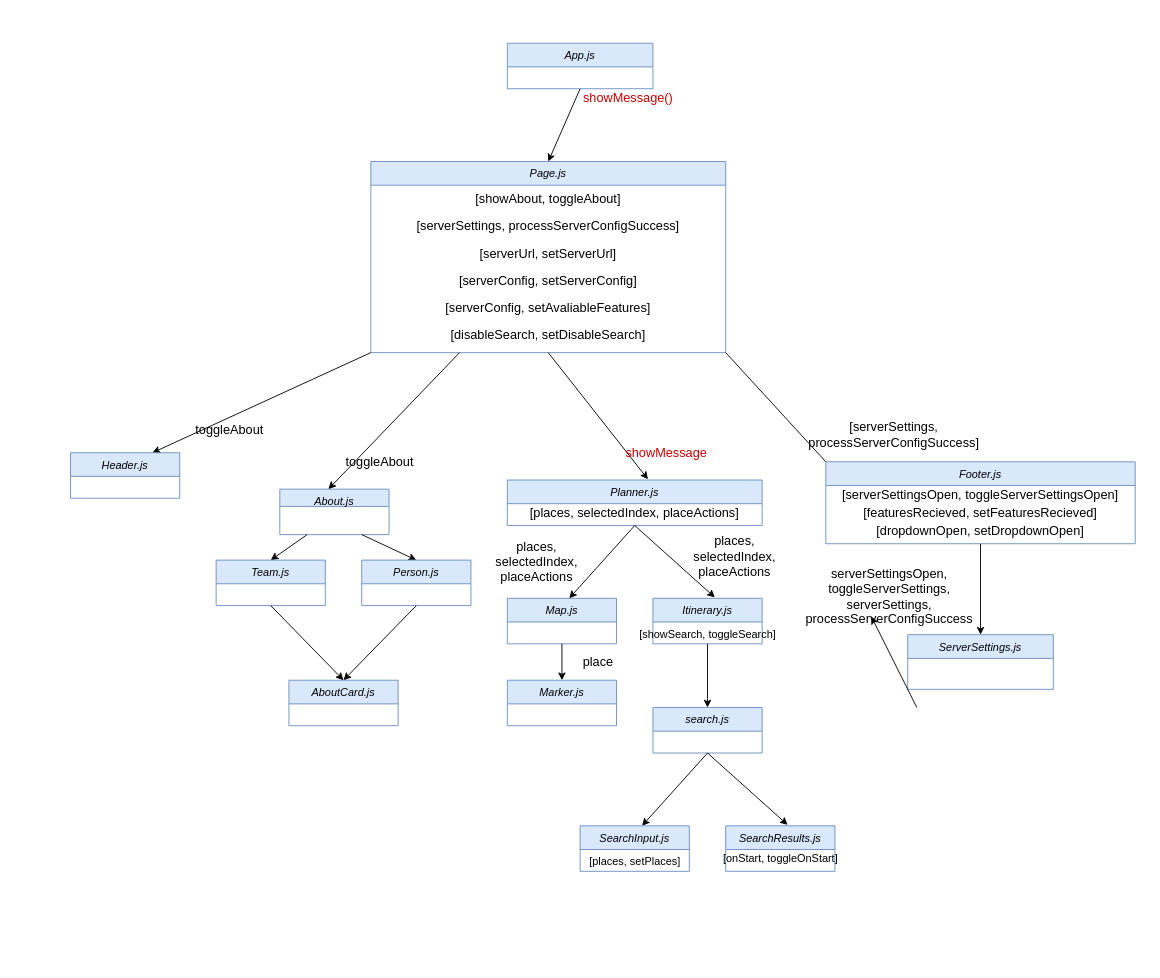
This is reports/images/Component Diagram.drawio from tmanbarton/cs314Project, a draw.io file, before an edit. Source tidied: cells renumbered, new cells numbered last; positions are measured from the earlier drawing's top-left corner, leaving out a move shared by most shapes. Both pictures are drawn from the tidied source at 91%, with x=0, y=0 at pixel (70, 43).
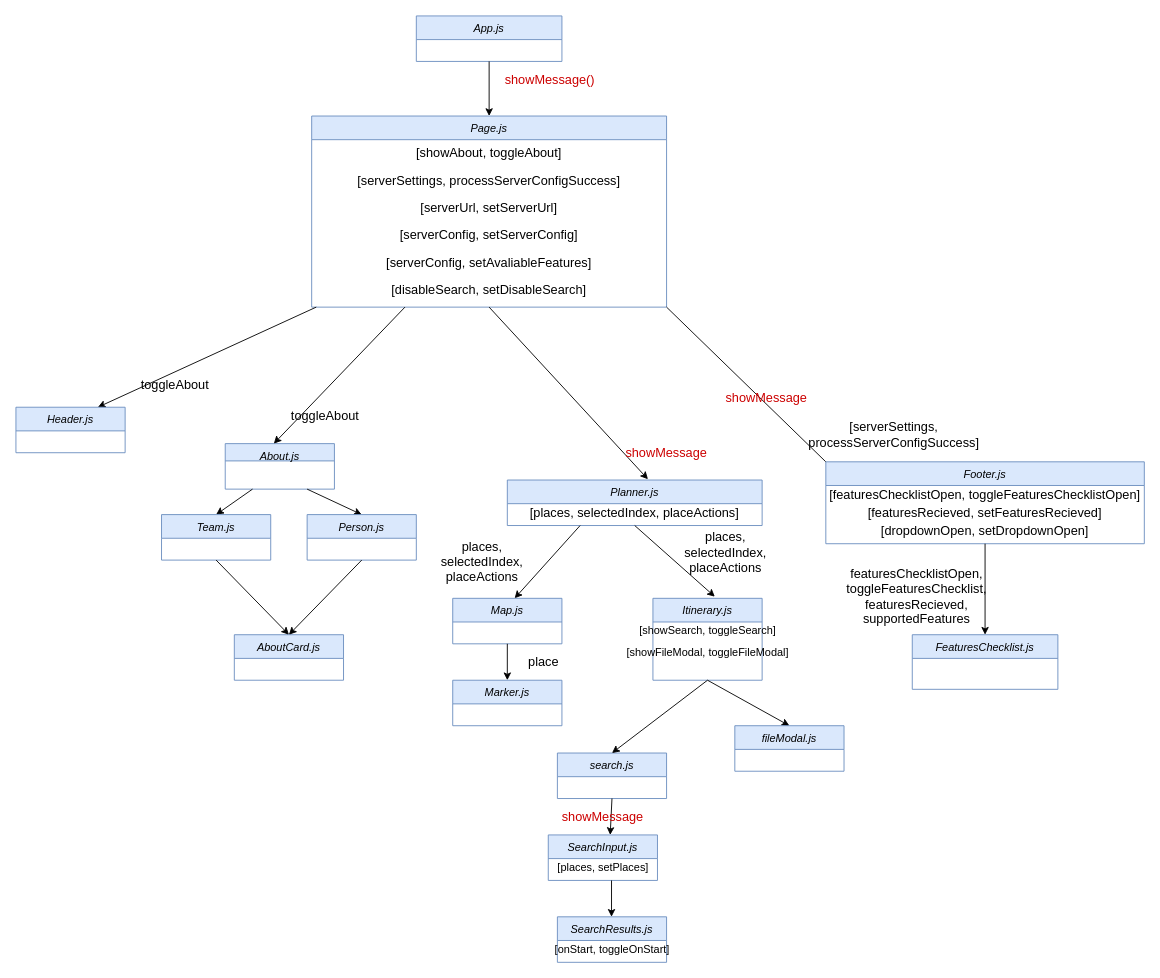
After the change.

Commit message (it also covers changes not shown here):
updated client component diagram for sprint 3

Unchanged cells that the change refers to:
```xml
<mxCell id="18" value="Planner.js&#10;" style="swimlane;fontStyle=2;align=center;verticalAlign=top;horizontal=1;startSize=26;rounded=0;shadow=0;strokeWidth=1;fillColor=#dae8fc;strokeColor=#6c8ebf;" parent="1" vertex="1">
  <mxGeometry x="480" y="480" width="280" height="50" as="geometry" />
</mxCell>
```

What changed in the source:
```diff
@@
     <mxCell id="2" value="App.js" style="swimlane;fontStyle=2;align=center;verticalAlign=top;horizontal=1;startSize=26;rounded=0;shadow=0;strokeWidth=1;fillColor=#dae8fc;strokeColor=#6c8ebf;" parent="1" vertex="1">
-      <mxGeometry x="480" width="160" height="50" as="geometry" />
+      <mxGeometry x="380" y="-30" width="160" height="50" as="geometry" />
     </mxCell>
@@
     <mxCell id="4" value="Page.js" style="swimlane;fontStyle=2;align=center;verticalAlign=top;horizontal=1;startSize=26;rounded=0;shadow=0;strokeWidth=1;fillColor=#dae8fc;strokeColor=#6c8ebf;" parent="1" vertex="1">
-      <mxGeometry x="330" y="130" width="390" height="210" as="geometry" />
+      <mxGeometry x="265" y="80" width="390" height="210" as="geometry" />
     </mxCell>
@@
     <mxCell id="11" value="showMessage()" style="text;html=1;strokeColor=none;fillColor=none;align=center;verticalAlign=middle;whiteSpace=wrap;rounded=0;fontSize=14;fontColor=#CC0000;" parent="1" vertex="1">
-      <mxGeometry x="560" y="50" width="106" height="20" as="geometry" />
+      <mxGeometry x="474" y="30" width="106" height="20" as="geometry" />
     </mxCell>
-    <mxCell id="12" style="endArrow=classic;html=1;fontSize=14;entryX=0.75;entryY=0;entryDx=0;entryDy=0;exitX=0;exitY=1;exitDx=0;exitDy=0;" parent="1" edge="1" source="4" target="13">
-      <mxGeometry relative="1" as="geometry" />
+    <mxCell id="12" style="endArrow=classic;html=1;fontSize=14;entryX=0.75;entryY=0;entryDx=0;entryDy=0;exitX=0;exitY=1;exitDx=0;exitDy=0;" parent="1" edge="1" target="13">
+      <mxGeometry relative="1" as="geometry">
+        <mxPoint x="270" y="290" as="sourcePoint" />
+      </mxGeometry>
     </mxCell>
     <mxCell id="13" value="Header.js" style="swimlane;fontStyle=2;align=center;verticalAlign=top;horizontal=1;startSize=26;rounded=0;shadow=0;strokeWidth=1;fillColor=#dae8fc;strokeColor=#6c8ebf;" parent="1" vertex="1">
-      <mxGeometry y="450" width="120" height="50" as="geometry" />
+      <mxGeometry x="-60" y="400" width="120" height="50" as="geometry" />
     </mxCell>
     <mxCell id="14" value="toggleAbout" style="text;html=1;strokeColor=none;fillColor=none;align=center;verticalAlign=middle;whiteSpace=wrap;rounded=0;fontSize=14;rotation=0;" parent="1" vertex="1">
-      <mxGeometry x="120" y="410" width="110" height="30" as="geometry" />
+      <mxGeometry x="60" y="360" width="110" height="30" as="geometry" />
     </mxCell>
     <mxCell id="15" value="About.js" style="swimlane;fontStyle=2;align=center;verticalAlign=top;horizontal=1;startSize=19;rounded=0;shadow=0;strokeWidth=1;fillColor=#dae8fc;strokeColor=#6c8ebf;" parent="1" vertex="1">
-      <mxGeometry x="230" y="490" width="120" height="50" as="geometry" />
+      <mxGeometry x="170" y="440" width="120" height="50" as="geometry" />
     </mxCell>
-    <mxCell id="16" style="endArrow=classic;html=1;fontSize=14;entryX=0.445;entryY=0;entryDx=0;entryDy=0;entryPerimeter=0;exitX=0.25;exitY=1;exitDx=0;exitDy=0;" parent="1" edge="1" source="4" target="15">
-      <mxGeometry relative="1" as="geometry" />
+    <mxCell id="16" style="endArrow=classic;html=1;fontSize=14;entryX=0.445;entryY=0;entryDx=0;entryDy=0;entryPerimeter=0;exitX=0.25;exitY=1;exitDx=0;exitDy=0;" parent="1" edge="1" target="15">
+      <mxGeometry relative="1" as="geometry">
+        <mxPoint x="367.5" y="290" as="sourcePoint" />
+      </mxGeometry>
     </mxCell>
     <mxCell id="17" value="toggleAbout" style="text;html=1;strokeColor=none;fillColor=none;align=center;verticalAlign=middle;whiteSpace=wrap;rounded=0;fontSize=14;rotation=0;" parent="1" vertex="1">
-      <mxGeometry x="290" y="450" width="100" height="20" as="geometry" />
+      <mxGeometry x="230" y="400" width="100" height="20" as="geometry" />
     </mxCell>
@@
     <mxCell id="23" value="Footer.js" style="swimlane;fontStyle=2;align=center;verticalAlign=top;horizontal=1;startSize=26;rounded=0;shadow=0;strokeWidth=1;fillColor=#dae8fc;strokeColor=#6c8ebf;" parent="1" vertex="1">
-      <mxGeometry x="830" y="460" width="340" height="90" as="geometry" />
+      <mxGeometry x="830" y="460" width="350" height="90" as="geometry" />
     </mxCell>
-    <mxCell id="24" value="[serverSettingsOpen, toggleServerSettingsOpen]" style="text;html=1;strokeColor=none;fillColor=none;align=center;verticalAlign=middle;whiteSpace=wrap;rounded=0;fontSize=14;" parent="23" vertex="1">
-      <mxGeometry y="26" width="340" height="20" as="geometry" />
+    <mxCell id="24" value="[featuresChecklistOpen, toggleFeaturesChecklistOpen]" style="text;html=1;strokeColor=none;fillColor=none;align=center;verticalAlign=middle;whiteSpace=wrap;rounded=0;fontSize=14;" parent="23" vertex="1">
+      <mxGeometry y="26" width="350" height="20" as="geometry" />
     </mxCell>
     <mxCell id="25" value="[featuresRecieved, setFeaturesRecieved]" style="text;html=1;strokeColor=none;fillColor=none;align=center;verticalAlign=middle;whiteSpace=wrap;rounded=0;fontSize=14;" parent="23" vertex="1">
-      <mxGeometry y="46" width="340" height="20" as="geometry" />
+      <mxGeometry y="46" width="350" height="20" as="geometry" />
     </mxCell>
     <mxCell id="26" value="[dropdownOpen, setDropdownOpen]" style="text;html=1;strokeColor=none;fillColor=none;align=center;verticalAlign=middle;whiteSpace=wrap;rounded=0;fontSize=14;" parent="23" vertex="1">
-      <mxGeometry y="66" width="340" height="20" as="geometry" />
+      <mxGeometry y="66" width="350" height="20" as="geometry" />
     </mxCell>
@@
-    <mxCell id="28" style="endArrow=classic;html=1;fontColor=#CC0000;entryX=0.567;entryY=0;entryDx=0;entryDy=0;entryPerimeter=0;exitX=0.5;exitY=1;exitDx=0;exitDy=0;" parent="1" edge="1" source="18" target="29">
-      <mxGeometry relative="1" as="geometry" />
+    <mxCell id="28" style="endArrow=classic;html=1;fontColor=#CC0000;entryX=0.567;entryY=0;entryDx=0;entryDy=0;entryPerimeter=0;exitX=0.5;exitY=1;exitDx=0;exitDy=0;" parent="1" edge="1" target="29">
+      <mxGeometry relative="1" as="geometry">
+        <mxPoint x="560" y="530" as="sourcePoint" />
+      </mxGeometry>
     </mxCell>
     <mxCell id="29" value="Map.js" style="swimlane;fontStyle=2;align=center;verticalAlign=top;horizontal=1;startSize=26;rounded=0;shadow=0;strokeWidth=1;fillColor=#dae8fc;strokeColor=#6c8ebf;" parent="1" vertex="1">
-      <mxGeometry x="480" y="610" width="120" height="50" as="geometry" />
+      <mxGeometry x="420" y="610" width="120" height="50" as="geometry" />
     </mxCell>
@@
     <mxCell id="31" value="Marker.js" style="swimlane;fontStyle=2;align=center;verticalAlign=top;horizontal=1;startSize=26;rounded=0;shadow=0;strokeWidth=1;fillColor=#dae8fc;strokeColor=#6c8ebf;" parent="1" vertex="1">
-      <mxGeometry x="480" y="700" width="120" height="50" as="geometry" />
+      <mxGeometry x="420" y="700" width="120" height="50" as="geometry" />
     </mxCell>
     <mxCell id="32" value="Itinerary.js" style="swimlane;fontStyle=2;align=center;verticalAlign=top;horizontal=1;startSize=26;rounded=0;shadow=0;strokeWidth=1;fillColor=#dae8fc;strokeColor=#6c8ebf;" parent="1" vertex="1">
-      <mxGeometry x="640" y="610" width="120" height="50" as="geometry" />
+      <mxGeometry x="640" y="610" width="120" height="90" as="geometry" />
     </mxCell>
+    <mxCell id="57" value="[showSearch, toggleSearch]" style="text;html=1;align=center;verticalAlign=middle;strokeColor=none;fillColor=none;" parent="32" vertex="1">
+      <mxGeometry y="26" width="120" height="20" as="geometry" />
+    </mxCell>
-    <mxCell id="33" value="ServerSettings.js&#10;" style="swimlane;fontStyle=2;align=center;verticalAlign=top;horizontal=1;startSize=26;rounded=0;shadow=0;strokeWidth=1;fillColor=#dae8fc;strokeColor=#6c8ebf;" parent="1" vertex="1">
-      <mxGeometry x="920" y="650" width="160" height="60" as="geometry" />
+    <mxCell id="33" value="FeaturesChecklist.js&#10;" style="swimlane;fontStyle=2;align=center;verticalAlign=top;horizontal=1;startSize=26;rounded=0;shadow=0;strokeWidth=1;fillColor=#dae8fc;strokeColor=#6c8ebf;" parent="1" vertex="1">
+      <mxGeometry x="925" y="650" width="160" height="60" as="geometry" />
     </mxCell>
@@
     <mxCell id="36" value="places, &lt;br&gt;selectedIndex, placeActions" style="text;html=1;strokeColor=none;fillColor=none;align=center;verticalAlign=middle;whiteSpace=wrap;rounded=0;rotation=0;fontSize=14;" parent="1" vertex="1">
-      <mxGeometry x="440" y="560" width="145" height="20" as="geometry" />
+      <mxGeometry x="380" y="560" width="145" height="20" as="geometry" />
     </mxCell>
     <mxCell id="37" value="places, selectedIndex, placeActions" style="text;html=1;strokeColor=none;fillColor=none;align=center;verticalAlign=middle;whiteSpace=wrap;rounded=0;fontSize=14;" parent="1" vertex="1">
-      <mxGeometry x="700" y="554" width="60" height="20" as="geometry" />
+      <mxGeometry x="690" y="550" width="60" height="20" as="geometry" />
     </mxCell>
-    <mxCell id="38" value="serverSettingsOpen, toggleServerSettings, serverSettings, processServerConfigSuccess" style="text;html=1;strokeColor=none;fillColor=none;align=center;verticalAlign=middle;whiteSpace=wrap;rounded=0;fontSize=14;fontColor=#000000;" parent="1" vertex="1">
-      <mxGeometry x="800" y="568" width="200" height="80" as="geometry" />
+    <mxCell id="38" value="featuresChecklistOpen, toggleFeaturesChecklist, featuresRecieved, supportedFeatures" style="text;html=1;strokeColor=none;fillColor=none;align=center;verticalAlign=middle;whiteSpace=wrap;rounded=0;fontSize=14;fontColor=#000000;" parent="1" vertex="1">
+      <mxGeometry x="830" y="568" width="200" height="80" as="geometry" />
     </mxCell>
@@
     <mxCell id="41" value="Team.js" style="swimlane;fontStyle=2;align=center;verticalAlign=top;horizontal=1;startSize=26;rounded=0;shadow=0;strokeWidth=1;fillColor=#dae8fc;strokeColor=#6c8ebf;" parent="1" vertex="1">
-      <mxGeometry x="160" y="568" width="120" height="50" as="geometry" />
+      <mxGeometry x="100" y="518" width="120" height="50" as="geometry" />
     </mxCell>
     <mxCell id="42" value="Person.js&#10;" style="swimlane;fontStyle=2;align=center;verticalAlign=top;horizontal=1;startSize=26;rounded=0;shadow=0;strokeWidth=1;fillColor=#dae8fc;strokeColor=#6c8ebf;" parent="1" vertex="1">
-      <mxGeometry x="320" y="568" width="120" height="50" as="geometry" />
+      <mxGeometry x="260" y="518" width="120" height="50" as="geometry" />
     </mxCell>
     <mxCell id="43" value="AboutCard.js&#10;" style="swimlane;fontStyle=2;align=center;verticalAlign=top;horizontal=1;startSize=26;rounded=0;shadow=0;strokeWidth=1;fillColor=#dae8fc;strokeColor=#6c8ebf;" parent="1" vertex="1">
-      <mxGeometry x="240" y="700" width="120" height="50" as="geometry" />
+      <mxGeometry x="180" y="650" width="120" height="50" as="geometry" />
     </mxCell>
@@
     <mxCell id="46" value="place" style="text;html=1;strokeColor=none;fillColor=none;align=center;verticalAlign=middle;whiteSpace=wrap;rounded=0;fontSize=14;" parent="1" vertex="1">
-      <mxGeometry x="550" y="670" width="60" height="20" as="geometry" />
+      <mxGeometry x="490" y="670" width="60" height="20" as="geometry" />
     </mxCell>
-    <mxCell id="47" style="endArrow=classic;html=1;exitX=0.5;exitY=1;exitDx=0;exitDy=0;" parent="1" edge="1" source="32">
-      <mxGeometry relative="1" as="geometry">
-        <mxPoint x="700" y="730" as="targetPoint" />
-      </mxGeometry>
-    </mxCell>
     <mxCell id="48" value="search.js" style="swimlane;fontStyle=2;align=center;verticalAlign=top;horizontal=1;startSize=26;rounded=0;shadow=0;strokeWidth=1;fillColor=#dae8fc;strokeColor=#6c8ebf;" parent="1" vertex="1">
-      <mxGeometry x="640" y="730" width="120" height="50" as="geometry" />
+      <mxGeometry x="535" y="780" width="120" height="50" as="geometry" />
     </mxCell>
-    <mxCell id="49" style="endArrow=classic;html=1;fontColor=#CC0000;entryX=0.567;entryY=0;entryDx=0;entryDy=0;entryPerimeter=0;exitX=0.5;exitY=1;exitDx=0;exitDy=0;" parent="1" edge="1" target="50">
-      <mxGeometry relative="1" as="geometry">
-        <mxPoint x="700" y="780" as="sourcePoint" />
-      </mxGeometry>
+    <mxCell id="49" style="endArrow=classic;html=1;fontColor=#CC0000;entryX=0.567;entryY=0;entryDx=0;entryDy=0;entryPerimeter=0;exitX=0.5;exitY=1;exitDx=0;exitDy=0;" parent="1" edge="1" source="48" target="50">
+      <mxGeometry relative="1" as="geometry" />
     </mxCell>
     <mxCell id="50" value="SearchInput.js" style="swimlane;fontStyle=2;align=center;verticalAlign=top;horizontal=1;startSize=26;rounded=0;shadow=0;strokeWidth=1;fillColor=#dae8fc;strokeColor=#6c8ebf;" parent="1" vertex="1">
-      <mxGeometry x="560" y="860" width="120" height="50" as="geometry" />
+      <mxGeometry x="525" y="870" width="120" height="50" as="geometry" />
     </mxCell>
+    <mxCell id="56" value="&lt;div&gt;[places, setPlaces]&lt;/div&gt;" style="text;html=1;align=center;verticalAlign=middle;strokeColor=none;fillColor=none;" parent="50" vertex="1">
+      <mxGeometry y="26" width="120" height="20" as="geometry" />
+    </mxCell>
     <mxCell id="51" value="SearchResults.js" style="swimlane;fontStyle=2;align=center;verticalAlign=top;horizontal=1;startSize=26;rounded=0;shadow=0;strokeWidth=1;fillColor=#dae8fc;strokeColor=#6c8ebf;" parent="1" vertex="1">
-      <mxGeometry x="720" y="860" width="120" height="50" as="geometry" />
+      <mxGeometry x="535" y="960" width="120" height="50" as="geometry" />
     </mxCell>
@@
-    <mxCell id="53" style="endArrow=classic;html=1;fontColor=#CC0000;entryX=0.567;entryY=-0.02;entryDx=0;entryDy=0;entryPerimeter=0;exitX=0.5;exitY=1;exitDx=0;exitDy=0;" parent="1" edge="1" target="51">
-      <mxGeometry relative="1" as="geometry">
-        <mxPoint x="700" y="780" as="sourcePoint" />
-      </mxGeometry>
-    </mxCell>
-    <mxCell id="54" style="endArrow=classic;html=1;exitX=0.5;exitY=1;exitDx=0;exitDy=0;" parent="1" edge="1">
-      <mxGeometry relative="1" as="geometry">
-        <mxPoint x="930" y="730" as="sourcePoint" />
-        <mxPoint x="880" y="630" as="targetPoint" />
-      </mxGeometry>
-    </mxCell>
+    <mxCell id="58" style="endArrow=classic;html=1;fontColor=#CC0000;exitX=0.5;exitY=1;exitDx=0;exitDy=0;" parent="1" edge="1">
+      <mxGeometry relative="1" as="geometry">
+        <mxPoint x="594.5" y="920" as="sourcePoint" />
+        <mxPoint x="594.5" y="960" as="targetPoint" />
+      </mxGeometry>
+    </mxCell>
+    <mxCell id="59" value="&lt;span style=&quot;color: rgb(204 , 0 , 0)&quot;&gt;showMessage&lt;/span&gt;" style="text;html=1;strokeColor=none;fillColor=none;align=center;verticalAlign=middle;whiteSpace=wrap;rounded=0;fontSize=14;fontColor=#FF0000;" parent="1" vertex="1">
+      <mxGeometry x="710" y="380" width="110" height="20" as="geometry" />
+    </mxCell>
+    <mxCell id="60" value="&lt;span style=&quot;color: rgb(204 , 0 , 0)&quot;&gt;showMessage&lt;/span&gt;" style="text;html=1;strokeColor=none;fillColor=none;align=center;verticalAlign=middle;whiteSpace=wrap;rounded=0;fontSize=14;fontColor=#FF0000;" parent="1" vertex="1">
+      <mxGeometry x="530" y="840" width="110" height="20" as="geometry" />
+    </mxCell>
+    <mxCell id="61" style="endArrow=classic;html=1;entryX=0.5;entryY=0;entryDx=0;entryDy=0;exitX=0.5;exitY=1;exitDx=0;exitDy=0;" parent="1" edge="1" source="32" target="48">
+      <mxGeometry relative="1" as="geometry" />
+    </mxCell>
+    <mxCell id="62" style="endArrow=classic;html=1;startArrow=none;entryX=0.5;entryY=0;entryDx=0;entryDy=0;" parent="1" edge="1" target="63">
+      <mxGeometry relative="1" as="geometry">
+        <mxPoint x="700" y="700" as="sourcePoint" />
+      </mxGeometry>
+    </mxCell>
+    <mxCell id="63" value="fileModal.js" style="swimlane;fontStyle=2;align=center;verticalAlign=top;horizontal=1;startSize=26;rounded=0;shadow=0;strokeWidth=1;fillColor=#dae8fc;strokeColor=#6c8ebf;" parent="1" vertex="1">
+      <mxGeometry x="730" y="750" width="120" height="50" as="geometry" />
+    </mxCell>
-    <mxCell id="55" value="[showSearch, toggleSearch]" style="text;html=1;align=center;verticalAlign=middle;points=[];strokeColor=none;fillColor=none;" parent="1" vertex="1">
-      <mxGeometry x="615" y="640" width="170" height="20" as="geometry" />
+    <mxCell id="55" value="[showFileModal, toggleFileModal]" style="text;html=1;align=center;verticalAlign=middle;points=[];strokeColor=none;fillColor=none;" parent="1" vertex="1">
+      <mxGeometry x="605" y="660" width="190" height="20" as="geometry" />
     </mxCell>
-    <mxCell id="56" value="&lt;div&gt;[places, setPlaces]&lt;/div&gt;" style="text;html=1;align=center;verticalAlign=middle;strokeColor=none;fillColor=none;" parent="1" vertex="1">
-      <mxGeometry x="560" y="890" width="120" height="20" as="geometry" />
-    </mxCell>
+    <mxCell id="64" style="endArrow=none;html=1;" parent="1" edge="1" target="55">
+      <mxGeometry relative="1" as="geometry">
+        <mxPoint x="700" y="660" as="sourcePoint" />
+      </mxGeometry>
+    </mxCell>
```
